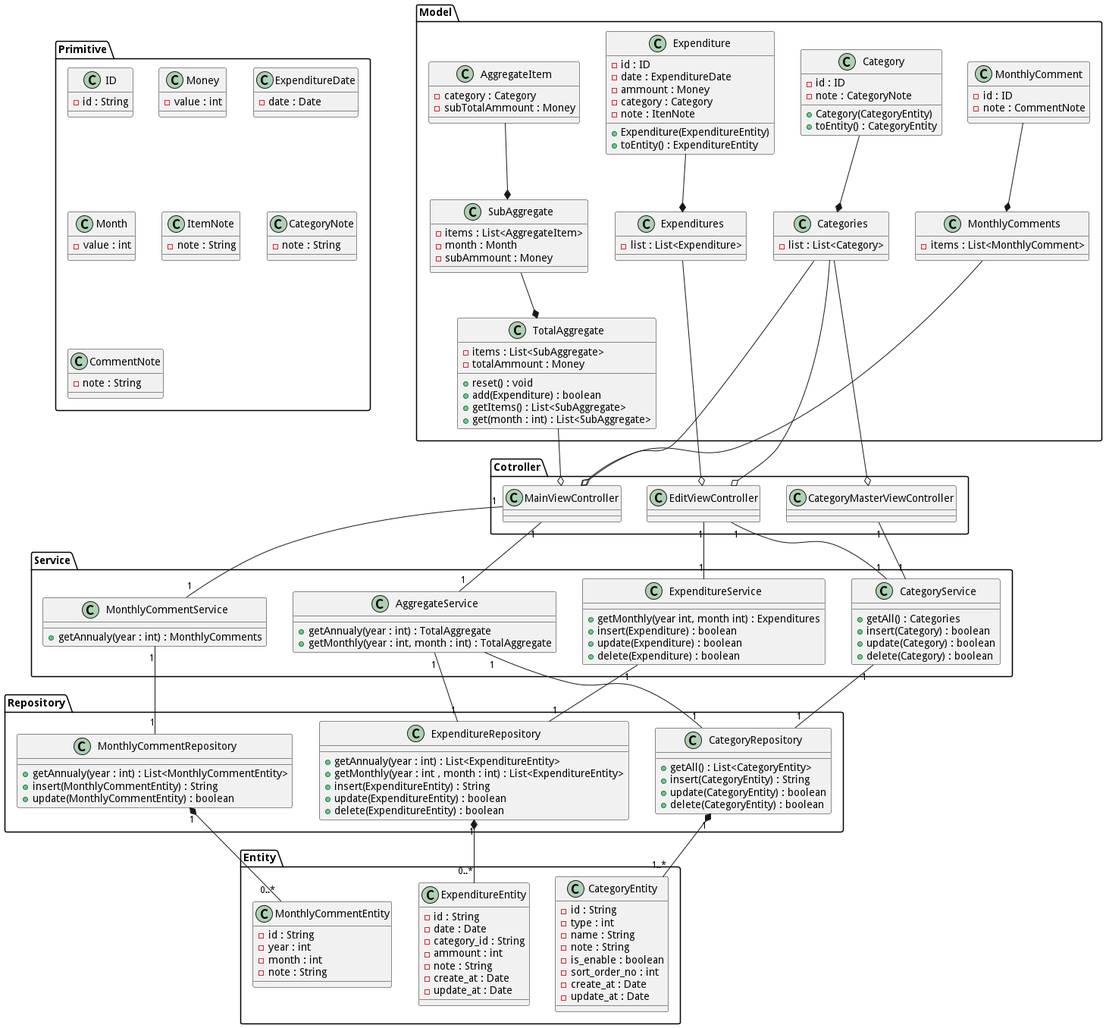
Earlier version of the PlantUML export Document/class_diagram.png (MasayukiFukada/ExpenditureBook).
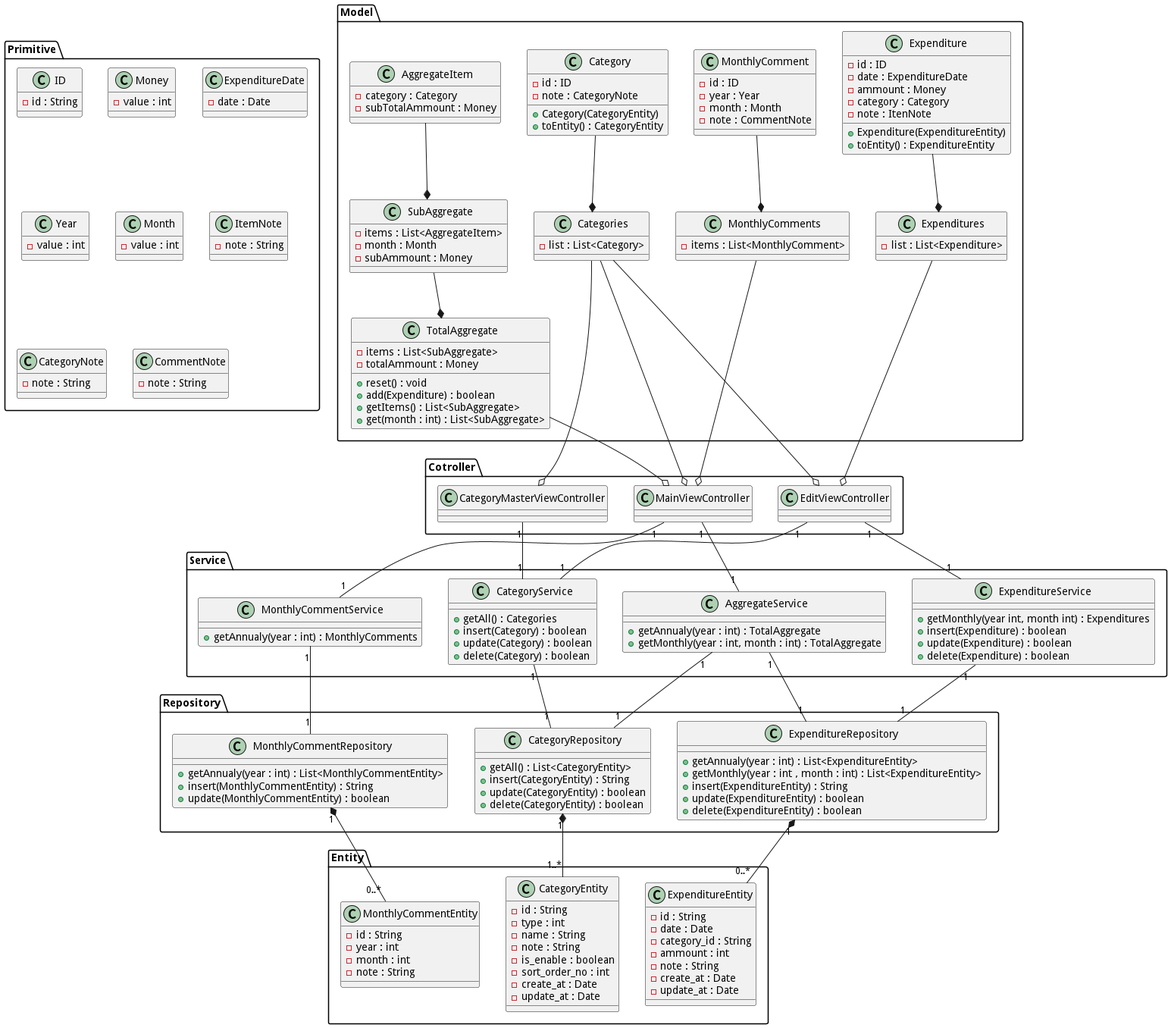
Above is the later version.

Diff of the diagram source:
```diff
@@ -12,6 +12,10 @@
 
   class ExpenditureDate {
     - date : Date
+  }
+
+  class Year {
+    - value : int
   }
 
   class Month {
@@ -98,6 +102,8 @@
 
   class MonthlyComment {
     - id : ID
+    - year : Year
+    - month : Month
     - note : CommentNote
   }
 }
```
